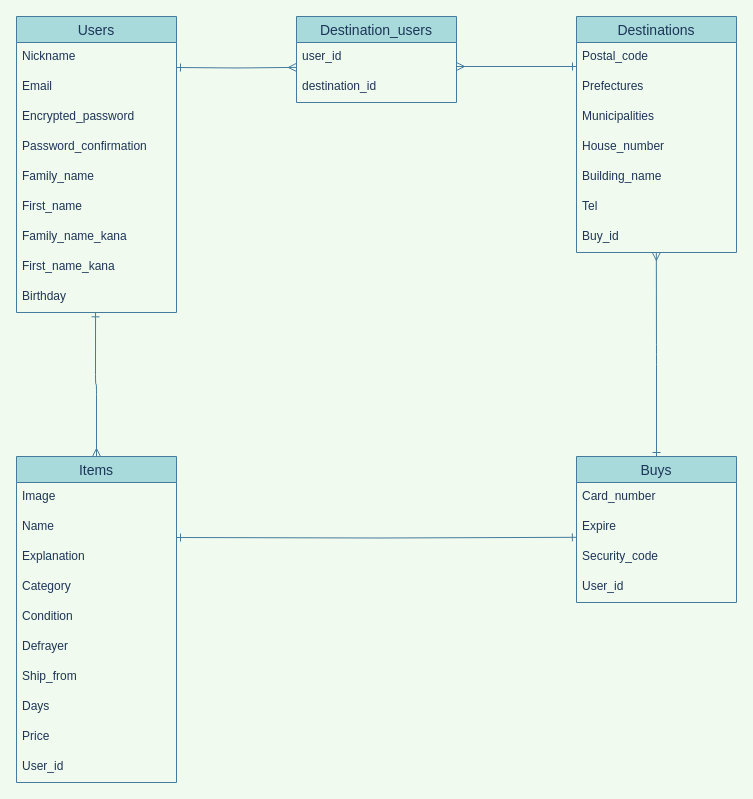
Before: furima.dio in katao-eng/furima-36195, a draw.io diagram. Source tidied: cells renumbered, new cells numbered last; positions are measured from the earlier drawing's top-left corner, leaving out a move shared by most shapes. Both pictures are drawn from the tidied source at 100%, with x=0, y=0 at pixel (16, 16).
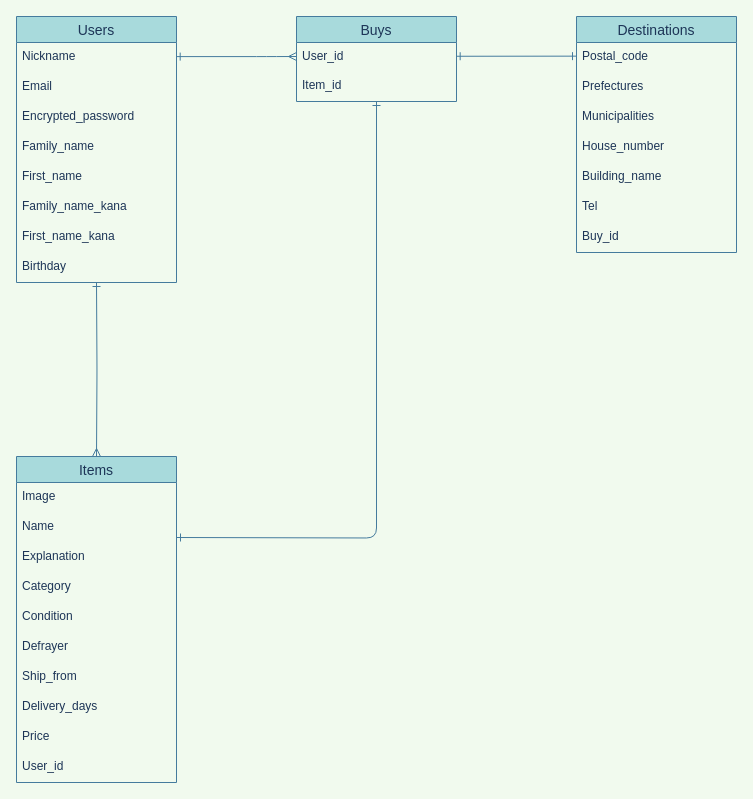
The same diagram, later.

Commit message (it also covers changes not shown here):
READMとER図の修正

Unchanged cells that the change refers to:
```xml
<mxCell id="12" value="Items" style="swimlane;fontStyle=0;horizontal=1;startSize=26;align=center;fontSize=14;fillColor=#A8DADC;strokeColor=#457B9D;fontColor=#1D3557;" parent="1" vertex="1">
  <mxGeometry y="440" width="160" height="326" as="geometry" />
</mxCell>
<mxCell id="24" value="Postal_code" style="text;strokeColor=none;fillColor=none;spacingLeft=4;spacingRight=4;overflow=hidden;points=[[0,0.5],[1,0.5]];portConstraint=eastwest;fontSize=12;fontColor=#1D3557;" parent="23" vertex="1">
  <mxGeometry y="26" width="160" height="30" as="geometry" />
</mxCell>
<mxCell id="30" value="Buy_id" style="text;strokeColor=none;fillColor=none;spacingLeft=4;spacingRight=4;overflow=hidden;points=[[0,0.5],[1,0.5]];portConstraint=eastwest;fontSize=12;fontColor=#1D3557;" parent="23" vertex="1">
  <mxGeometry y="206" width="160" height="30" as="geometry" />
</mxCell>
```

Diff of the diagram source:
```diff
@@
     <mxCell id="2" value="Users" style="swimlane;fontStyle=0;horizontal=1;startSize=26;align=center;fontSize=14;fillColor=#A8DADC;strokeColor=#457B9D;fontColor=#1D3557;" parent="1" vertex="1">
-      <mxGeometry width="160" height="296" as="geometry" />
+      <mxGeometry width="160" height="266" as="geometry" />
     </mxCell>
@@
-    <mxCell id="6" value="Password_confirmation" style="text;strokeColor=none;fillColor=none;spacingLeft=4;spacingRight=4;overflow=hidden;fontSize=12;fontColor=#1D3557;" parent="2" vertex="1">
-      <mxGeometry y="116" width="160" height="30" as="geometry" />
-    </mxCell>
     <mxCell id="7" value="Family_name " style="text;strokeColor=none;fillColor=none;spacingLeft=4;spacingRight=4;overflow=hidden;fontSize=12;fontColor=#1D3557;" parent="2" vertex="1">
-      <mxGeometry y="146" width="160" height="30" as="geometry" />
+      <mxGeometry y="116" width="160" height="30" as="geometry" />
     </mxCell>
     <mxCell id="8" value="First_name" style="text;strokeColor=none;fillColor=none;spacingLeft=4;spacingRight=4;overflow=hidden;fontSize=12;fontColor=#1D3557;" parent="2" vertex="1">
-      <mxGeometry y="176" width="160" height="30" as="geometry" />
+      <mxGeometry y="146" width="160" height="30" as="geometry" />
     </mxCell>
     <mxCell id="9" value="Family_name_kana" style="text;strokeColor=none;fillColor=none;spacingLeft=4;spacingRight=4;overflow=hidden;fontSize=12;fontColor=#1D3557;" parent="2" vertex="1">
-      <mxGeometry y="206" width="160" height="30" as="geometry" />
+      <mxGeometry y="176" width="160" height="30" as="geometry" />
     </mxCell>
     <mxCell id="10" value="First_name_kana" style="text;strokeColor=none;fillColor=none;spacingLeft=4;spacingRight=4;overflow=hidden;fontSize=12;fontColor=#1D3557;" parent="2" vertex="1">
-      <mxGeometry y="236" width="160" height="30" as="geometry" />
+      <mxGeometry y="206" width="160" height="30" as="geometry" />
     </mxCell>
     <mxCell id="11" value="Birthday" style="text;strokeColor=none;fillColor=none;spacingLeft=4;spacingRight=4;overflow=hidden;points=[[0,0.5],[1,0.5]];portConstraint=eastwest;fontSize=12;fontColor=#1D3557;" parent="2" vertex="1">
-      <mxGeometry y="266" width="160" height="30" as="geometry" />
+      <mxGeometry y="236" width="160" height="30" as="geometry" />
     </mxCell>
@@
-    <mxCell id="20" value="Days" style="text;strokeColor=none;fillColor=none;spacingLeft=4;spacingRight=4;overflow=hidden;fontSize=12;fontColor=#1D3557;" parent="12" vertex="1">
+    <mxCell id="20" value="Delivery_days" style="text;strokeColor=none;fillColor=none;spacingLeft=4;spacingRight=4;overflow=hidden;fontSize=12;fontColor=#1D3557;" parent="12" vertex="1">
       <mxGeometry y="236" width="160" height="30" as="geometry" />
     </mxCell>
@@
-    <mxCell id="31" value="Destination_users" style="swimlane;fontStyle=0;horizontal=1;startSize=26;align=center;fontSize=14;fillColor=#A8DADC;strokeColor=#457B9D;fontColor=#1D3557;" parent="1" vertex="1">
-      <mxGeometry x="280" width="160" height="86" as="geometry" />
-    </mxCell>
-    <mxCell id="32" value="user_id" style="text;strokeColor=none;fillColor=none;spacingLeft=4;spacingRight=4;overflow=hidden;points=[[0,0.5],[1,0.5]];portConstraint=eastwest;fontSize=12;fontColor=#1D3557;" parent="31" vertex="1">
-      <mxGeometry y="26" width="160" height="30" as="geometry" />
-    </mxCell>
-    <mxCell id="33" value="destination_id" style="text;strokeColor=none;fillColor=none;spacingLeft=4;spacingRight=4;overflow=hidden;fontSize=12;fontColor=#1D3557;" parent="31" vertex="1">
-      <mxGeometry y="56" width="160" height="30" as="geometry" />
-    </mxCell>
-    <mxCell id="34" style="edgeStyle=orthogonalEdgeStyle;jettySize=auto;html=1;exitX=0.5;exitY=0;exitDx=0;exitDy=0;startArrow=ERone;startFill=0;endArrow=ERmany;endFill=0;entryX=0.499;entryY=0.998;entryDx=0;entryDy=0;entryPerimeter=0;strokeColor=#457B9D;fontColor=#1D3557;labelBackgroundColor=#F1FAEE;" parent="1" edge="1" source="35" target="30">
+    <mxCell id="34" style="edgeStyle=orthogonalEdgeStyle;jettySize=auto;html=1;exitX=0.998;exitY=0.474;exitDx=0;exitDy=0;startArrow=ERone;startFill=0;endArrow=ERone;endFill=0;entryX=0;entryY=0.455;entryDx=0;entryDy=0;strokeColor=#457B9D;fontColor=#1D3557;labelBackgroundColor=#F1FAEE;entryPerimeter=0;exitPerimeter=0;" parent="1" edge="1" source="39" target="24">
       <mxGeometry relative="1" as="geometry" />
     </mxCell>
     <mxCell id="35" value="Buys" style="swimlane;fontStyle=0;horizontal=1;startSize=26;align=center;fontSize=14;fillColor=#A8DADC;strokeColor=#457B9D;fontColor=#1D3557;" parent="1" vertex="1">
-      <mxGeometry x="560" y="440" width="160" height="146" as="geometry" />
+      <mxGeometry x="280" width="160" height="85" as="geometry" />
     </mxCell>
+    <mxCell id="39" value="User_id" style="text;strokeColor=none;fillColor=none;spacingLeft=4;spacingRight=4;overflow=hidden;points=[[0,0.5],[1,0.5]];portConstraint=eastwest;fontSize=12;fontColor=#1D3557;" parent="35" vertex="1">
+      <mxGeometry y="26" width="160" height="29" as="geometry" />
+    </mxCell>
-    <mxCell id="36" value="Card_number" style="text;strokeColor=none;fillColor=none;spacingLeft=4;spacingRight=4;overflow=hidden;fontSize=12;fontColor=#1D3557;" parent="35" vertex="1">
-      <mxGeometry y="26" width="160" height="30" as="geometry" />
+    <mxCell id="36" value="Item_id" style="text;strokeColor=none;fillColor=none;spacingLeft=4;spacingRight=4;overflow=hidden;fontSize=12;fontColor=#1D3557;" parent="35" vertex="1">
+      <mxGeometry y="55" width="160" height="30" as="geometry" />
     </mxCell>
-    <mxCell id="37" value="Expire" style="text;strokeColor=none;fillColor=none;spacingLeft=4;spacingRight=4;overflow=hidden;points=[[0,0.5],[1,0.5]];portConstraint=eastwest;fontSize=12;fontColor=#1D3557;" parent="35" vertex="1">
-      <mxGeometry y="56" width="160" height="30" as="geometry" />
-    </mxCell>
-    <mxCell id="38" value="Security_code" style="text;strokeColor=none;fillColor=none;spacingLeft=4;spacingRight=4;overflow=hidden;fontSize=12;fontColor=#1D3557;" parent="35" vertex="1">
-      <mxGeometry y="86" width="160" height="30" as="geometry" />
-    </mxCell>
-    <mxCell id="39" value="User_id" style="text;strokeColor=none;fillColor=none;spacingLeft=4;spacingRight=4;overflow=hidden;points=[[0,0.5],[1,0.5]];portConstraint=eastwest;fontSize=12;fontColor=#1D3557;" parent="35" vertex="1">
-      <mxGeometry y="116" width="160" height="30" as="geometry" />
-    </mxCell>
-    <mxCell id="40" style="edgeStyle=orthogonalEdgeStyle;jettySize=auto;html=1;endArrow=ERmany;endFill=0;startArrow=ERone;startFill=0;entryX=-0.001;entryY=0.83;entryDx=0;entryDy=0;entryPerimeter=0;strokeColor=#457B9D;fontColor=#1D3557;labelBackgroundColor=#F1FAEE;" parent="1" edge="1" target="32">
-      <mxGeometry relative="1" as="geometry">
-        <mxPoint x="160" y="51" as="sourcePoint" />
-      </mxGeometry>
-    </mxCell>
-    <mxCell id="41" style="edgeStyle=orthogonalEdgeStyle;orthogonalLoop=1;jettySize=auto;html=1;startArrow=ERmany;startFill=0;endArrow=ERone;endFill=0;strokeColor=#457B9D;fontColor=#1D3557;labelBackgroundColor=#F1FAEE;" parent="1" edge="1">
-      <mxGeometry relative="1" as="geometry">
-        <mxPoint x="440" y="50" as="sourcePoint" />
-        <mxPoint x="560" y="50" as="targetPoint" />
-        <Array as="points">
-          <mxPoint x="440" y="50" />
-          <mxPoint x="560" y="50" />
-        </Array>
-      </mxGeometry>
-    </mxCell>
-    <mxCell id="42" style="edgeStyle=orthogonalEdgeStyle;jettySize=auto;html=1;exitX=0.494;exitY=1.011;exitDx=0;exitDy=0;entryX=0.5;entryY=0;entryDx=0;entryDy=0;startArrow=ERone;startFill=0;endArrow=ERmany;endFill=0;exitPerimeter=0;strokeColor=#457B9D;fontColor=#1D3557;labelBackgroundColor=#F1FAEE;" parent="1" edge="1" source="11" target="12">
-      <mxGeometry relative="1" as="geometry" />
+    <mxCell id="42" style="edgeStyle=orthogonalEdgeStyle;jettySize=auto;html=1;entryX=0.5;entryY=0;entryDx=0;entryDy=0;startArrow=ERone;startFill=0;endArrow=ERmany;endFill=0;strokeColor=#457B9D;fontColor=#1D3557;labelBackgroundColor=#F1FAEE;" parent="1" edge="1" target="12">
+      <mxGeometry relative="1" as="geometry">
+        <mxPoint x="80" y="266" as="sourcePoint" />
+      </mxGeometry>
     </mxCell>
-    <mxCell id="43" style="edgeStyle=orthogonalEdgeStyle;jettySize=auto;html=1;entryX=-0.001;entryY=0.827;entryDx=0;entryDy=0;startArrow=ERone;startFill=0;endArrow=ERone;endFill=0;entryPerimeter=0;strokeColor=#457B9D;fontColor=#1D3557;labelBackgroundColor=#F1FAEE;" parent="1" edge="1" target="37">
+    <mxCell id="43" style="edgeStyle=orthogonalEdgeStyle;jettySize=auto;html=1;startArrow=ERone;startFill=0;endArrow=ERone;endFill=0;strokeColor=#457B9D;fontColor=#1D3557;labelBackgroundColor=#F1FAEE;entryX=0.5;entryY=1;entryDx=0;entryDy=0;" parent="1" edge="1" target="35">
       <mxGeometry relative="1" as="geometry">
         <mxPoint x="160" y="521" as="sourcePoint" />
       </mxGeometry>
     </mxCell>
+    <mxCell id="44" style="edgeStyle=orthogonalEdgeStyle;orthogonalLoop=1;jettySize=auto;html=1;exitX=0.998;exitY=0.474;exitDx=0;exitDy=0;startArrow=ERone;startFill=0;endArrow=ERmany;endFill=0;entryX=0;entryY=0.455;entryDx=0;entryDy=0;strokeColor=#457B9D;fontColor=#1D3557;labelBackgroundColor=#F1FAEE;entryPerimeter=0;exitPerimeter=0;" parent="1" edge="1">
+      <mxGeometry relative="1" as="geometry">
+        <mxPoint x="159.7" y="40.1" as="sourcePoint" />
+        <mxPoint x="280" y="40" as="targetPoint" />
+        <Array as="points">
+          <mxPoint x="250" y="40" />
+          <mxPoint x="250" y="40" />
+        </Array>
+      </mxGeometry>
+    </mxCell>
```
